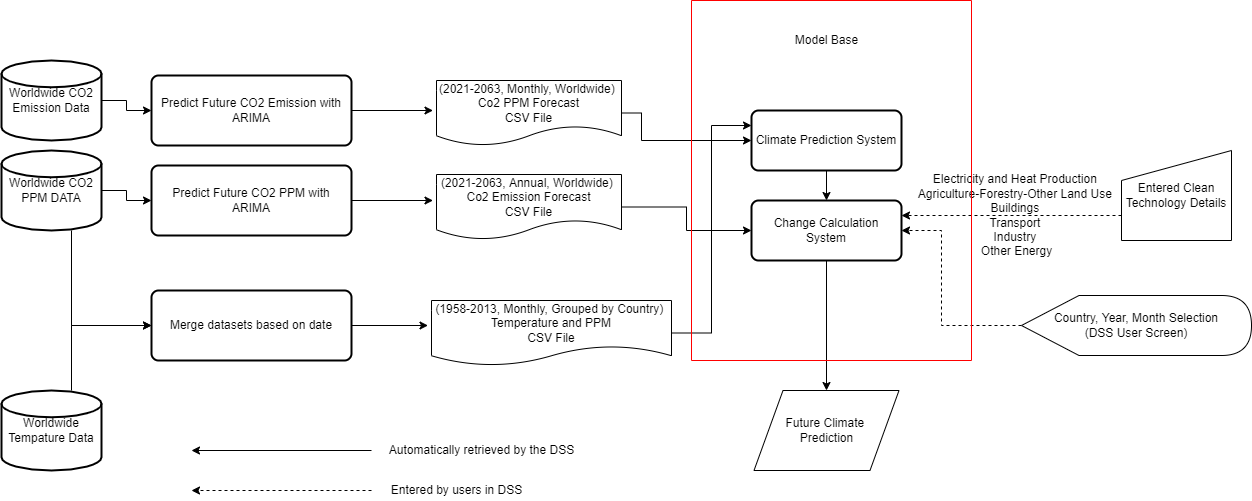
Above: global-warning-dss.png in cagdasdemirer/climate-change (draw.io), before the change. Source tidied: cells renumbered, new cells last; positions are measured from the earlier drawing's top-left corner, leaving out a move shared by most shapes.
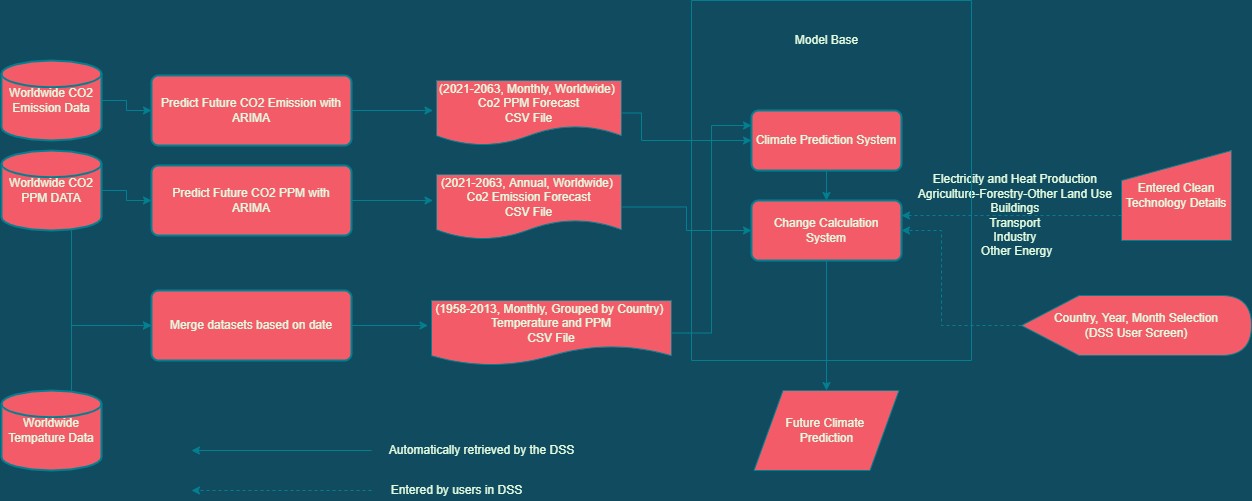
The same diagram one commit later.

What changed in the source:
```diff
@@ -1,64 +1,64 @@
-<mxGraphModel>
+<mxGraphModel background="#114B5F">
   <root>
     <mxCell id="0" />
     <mxCell id="1" parent="0" />
-    <mxCell id="2" style="edgeStyle=orthogonalEdgeStyle;rounded=0;jettySize=auto;html=1;" parent="1" edge="1" source="3" target="8">
+    <mxCell id="2" style="edgeStyle=orthogonalEdgeStyle;rounded=0;jettySize=auto;html=1;labelBackgroundColor=#114B5F;strokeColor=#028090;fontColor=#E4FDE1;" parent="1" edge="1" source="3" target="8">
       <mxGeometry relative="1" as="geometry" />
     </mxCell>
-    <mxCell id="3" value="Worldwide CO2&lt;br&gt;Emission Data" style="strokeWidth=2;html=1;shape=mxgraph.flowchart.database;whiteSpace=wrap;" parent="1" vertex="1">
+    <mxCell id="3" value="Worldwide CO2&lt;br&gt;Emission Data" style="strokeWidth=2;html=1;shape=mxgraph.flowchart.database;whiteSpace=wrap;fillColor=#F45B69;strokeColor=#028090;fontColor=#E4FDE1;" parent="1" vertex="1">
       <mxGeometry y="60" width="100" height="80" as="geometry" />
     </mxCell>
-    <mxCell id="4" style="edgeStyle=orthogonalEdgeStyle;rounded=0;jettySize=auto;html=1;exitX=1;exitY=0.5;exitDx=0;exitDy=0;exitPerimeter=0;" parent="1" edge="1" source="6" target="10">
+    <mxCell id="4" style="edgeStyle=orthogonalEdgeStyle;rounded=0;jettySize=auto;html=1;exitX=1;exitY=0.5;exitDx=0;exitDy=0;exitPerimeter=0;labelBackgroundColor=#114B5F;strokeColor=#028090;fontColor=#E4FDE1;" parent="1" edge="1" source="6" target="10">
       <mxGeometry relative="1" as="geometry" />
     </mxCell>
-    <mxCell id="5" style="edgeStyle=orthogonalEdgeStyle;rounded=0;jettySize=auto;html=1;entryX=0;entryY=0.5;entryDx=0;entryDy=0;" parent="1" edge="1" source="6" target="13">
+    <mxCell id="5" style="edgeStyle=orthogonalEdgeStyle;rounded=0;jettySize=auto;html=1;entryX=0;entryY=0.5;entryDx=0;entryDy=0;labelBackgroundColor=#114B5F;strokeColor=#028090;fontColor=#E4FDE1;" parent="1" edge="1" source="6" target="13">
       <mxGeometry relative="1" as="geometry">
         <Array as="points">
           <mxPoint x="70" y="325" />
         </Array>
       </mxGeometry>
     </mxCell>
-    <mxCell id="6" value="Worldwide CO2&lt;br&gt;PPM DATA" style="strokeWidth=2;html=1;shape=mxgraph.flowchart.database;whiteSpace=wrap;" parent="1" vertex="1">
+    <mxCell id="6" value="Worldwide CO2&lt;br&gt;PPM DATA" style="strokeWidth=2;html=1;shape=mxgraph.flowchart.database;whiteSpace=wrap;fillColor=#F45B69;strokeColor=#028090;fontColor=#E4FDE1;" parent="1" vertex="1">
       <mxGeometry y="150" width="100" height="80" as="geometry" />
     </mxCell>
-    <mxCell id="7" style="edgeStyle=orthogonalEdgeStyle;rounded=0;jettySize=auto;html=1;entryX=0;entryY=0.5;entryDx=0;entryDy=0;" parent="1" edge="1" source="8">
+    <mxCell id="7" style="edgeStyle=orthogonalEdgeStyle;rounded=0;jettySize=auto;html=1;entryX=0;entryY=0.5;entryDx=0;entryDy=0;labelBackgroundColor=#114B5F;strokeColor=#028090;fontColor=#E4FDE1;" parent="1" edge="1" source="8">
       <mxGeometry relative="1" as="geometry">
         <mxPoint x="431.5" y="110" as="targetPoint" />
       </mxGeometry>
     </mxCell>
-    <mxCell id="8" value="Predict Future CO2 Emission with ARIMA" style="rounded=1;whiteSpace=wrap;html=1;absoluteArcSize=1;arcSize=14;strokeWidth=2;" parent="1" vertex="1">
+    <mxCell id="8" value="Predict Future CO2 Emission with ARIMA" style="rounded=1;whiteSpace=wrap;html=1;absoluteArcSize=1;arcSize=14;strokeWidth=2;fillColor=#F45B69;strokeColor=#028090;fontColor=#E4FDE1;" parent="1" vertex="1">
       <mxGeometry x="150" y="75" width="200" height="70" as="geometry" />
     </mxCell>
-    <mxCell id="9" style="edgeStyle=orthogonalEdgeStyle;rounded=0;jettySize=auto;html=1;" parent="1" edge="1" source="10">
+    <mxCell id="9" style="edgeStyle=orthogonalEdgeStyle;rounded=0;jettySize=auto;html=1;labelBackgroundColor=#114B5F;strokeColor=#028090;fontColor=#E4FDE1;" parent="1" edge="1" source="10">
       <mxGeometry relative="1" as="geometry">
         <mxPoint x="431.5" y="200" as="targetPoint" />
       </mxGeometry>
     </mxCell>
-    <mxCell id="10" value="Predict Future CO2 PPM with ARIMA" style="rounded=1;whiteSpace=wrap;html=1;absoluteArcSize=1;arcSize=14;strokeWidth=2;" parent="1" vertex="1">
+    <mxCell id="10" value="Predict Future CO2 PPM with ARIMA" style="rounded=1;whiteSpace=wrap;html=1;absoluteArcSize=1;arcSize=14;strokeWidth=2;fillColor=#F45B69;strokeColor=#028090;fontColor=#E4FDE1;" parent="1" vertex="1">
       <mxGeometry x="150" y="165" width="200" height="70" as="geometry" />
     </mxCell>
-    <mxCell id="11" value="Future Climate&amp;nbsp;&lt;br&gt;Prediction" style="shape=parallelogram;perimeter=parallelogramPerimeter;whiteSpace=wrap;html=1;dashed=0;" parent="1" vertex="1">
+    <mxCell id="11" value="Future Climate&amp;nbsp;&lt;br&gt;Prediction" style="shape=parallelogram;perimeter=parallelogramPerimeter;whiteSpace=wrap;html=1;dashed=0;fillColor=#F45B69;strokeColor=#028090;fontColor=#E4FDE1;" parent="1" vertex="1">
       <mxGeometry x="752.5" y="390" width="145" height="80" as="geometry" />
     </mxCell>
-    <mxCell id="12" style="edgeStyle=orthogonalEdgeStyle;rounded=0;jettySize=auto;html=1;exitX=1;exitY=0.5;exitDx=0;exitDy=0;" parent="1" edge="1" source="13">
+    <mxCell id="12" style="edgeStyle=orthogonalEdgeStyle;rounded=0;jettySize=auto;html=1;exitX=1;exitY=0.5;exitDx=0;exitDy=0;labelBackgroundColor=#114B5F;strokeColor=#028090;fontColor=#E4FDE1;" parent="1" edge="1" source="13">
       <mxGeometry relative="1" as="geometry">
         <mxPoint x="426.5" y="325" as="targetPoint" />
       </mxGeometry>
     </mxCell>
-    <mxCell id="13" value="Merge datasets based on date" style="rounded=1;whiteSpace=wrap;html=1;absoluteArcSize=1;arcSize=14;strokeWidth=2;" parent="1" vertex="1">
+    <mxCell id="13" value="Merge datasets based on date" style="rounded=1;whiteSpace=wrap;html=1;absoluteArcSize=1;arcSize=14;strokeWidth=2;fillColor=#F45B69;strokeColor=#028090;fontColor=#E4FDE1;" parent="1" vertex="1">
       <mxGeometry x="150" y="290" width="200" height="70" as="geometry" />
     </mxCell>
-    <mxCell id="14" style="edgeStyle=orthogonalEdgeStyle;rounded=0;jettySize=auto;html=1;entryX=0;entryY=0.5;entryDx=0;entryDy=0;" parent="1" edge="1" source="15" target="13">
+    <mxCell id="14" style="edgeStyle=orthogonalEdgeStyle;rounded=0;jettySize=auto;html=1;entryX=0;entryY=0.5;entryDx=0;entryDy=0;labelBackgroundColor=#114B5F;strokeColor=#028090;fontColor=#E4FDE1;" parent="1" edge="1" source="15" target="13">
       <mxGeometry relative="1" as="geometry">
         <Array as="points">
           <mxPoint x="70" y="325" />
         </Array>
       </mxGeometry>
     </mxCell>
-    <mxCell id="15" value="Worldwide Tempature Data" style="strokeWidth=2;html=1;shape=mxgraph.flowchart.database;whiteSpace=wrap;" parent="1" vertex="1">
+    <mxCell id="15" value="Worldwide Tempature Data" style="strokeWidth=2;html=1;shape=mxgraph.flowchart.database;whiteSpace=wrap;fillColor=#F45B69;strokeColor=#028090;fontColor=#E4FDE1;" parent="1" vertex="1">
       <mxGeometry y="390" width="100" height="80" as="geometry" />
     </mxCell>
-    <mxCell id="16" style="edgeStyle=orthogonalEdgeStyle;rounded=0;jettySize=auto;html=1;entryX=1;entryY=0.25;entryDx=0;entryDy=0;dashed=1;" parent="1" edge="1" source="17" target="29">
+    <mxCell id="16" style="edgeStyle=orthogonalEdgeStyle;rounded=0;jettySize=auto;html=1;entryX=1;entryY=0.25;entryDx=0;entryDy=0;dashed=1;labelBackgroundColor=#114B5F;strokeColor=#028090;fontColor=#E4FDE1;" parent="1" edge="1" source="17" target="29">
       <mxGeometry relative="1" as="geometry">
         <Array as="points">
           <mxPoint x="1050" y="215" />
@@ -66,10 +66,10 @@
         </Array>
       </mxGeometry>
     </mxCell>
-    <mxCell id="17" value="Entered Clean Technology Details" style="shape=manualInput;whiteSpace=wrap;html=1;" parent="1" vertex="1">
+    <mxCell id="17" value="Entered Clean Technology Details" style="shape=manualInput;whiteSpace=wrap;html=1;fillColor=#F45B69;strokeColor=#028090;fontColor=#E4FDE1;" parent="1" vertex="1">
       <mxGeometry x="1120" y="150" width="110" height="90" as="geometry" />
     </mxCell>
-    <mxCell id="18" style="edgeStyle=orthogonalEdgeStyle;rounded=0;jettySize=auto;html=1;exitX=0;exitY=0.5;exitDx=0;exitDy=0;exitPerimeter=0;dashed=1;" parent="1" edge="1" source="19" target="29">
+    <mxCell id="18" style="edgeStyle=orthogonalEdgeStyle;rounded=0;jettySize=auto;html=1;exitX=0;exitY=0.5;exitDx=0;exitDy=0;exitPerimeter=0;dashed=1;labelBackgroundColor=#114B5F;strokeColor=#028090;fontColor=#E4FDE1;" parent="1" edge="1" source="19" target="29">
       <mxGeometry relative="1" as="geometry">
         <Array as="points">
           <mxPoint x="940" y="325" />
@@ -77,10 +77,10 @@
         </Array>
       </mxGeometry>
     </mxCell>
-    <mxCell id="19" value="Country, Year, Month Selection&lt;br&gt;(DSS User Screen)" style="shape=display;whiteSpace=wrap;html=1;" parent="1" vertex="1">
+    <mxCell id="19" value="Country, Year, Month Selection&lt;br&gt;(DSS User Screen)" style="shape=display;whiteSpace=wrap;html=1;fillColor=#F45B69;strokeColor=#028090;fontColor=#E4FDE1;" parent="1" vertex="1">
       <mxGeometry x="1020" y="295" width="230" height="60" as="geometry" />
     </mxCell>
-    <mxCell id="20" style="edgeStyle=orthogonalEdgeStyle;rounded=0;jettySize=auto;html=1;exitX=1;exitY=0.5;exitDx=0;exitDy=0;entryX=0;entryY=0.5;entryDx=0;entryDy=0;" parent="1" edge="1" source="21" target="27">
+    <mxCell id="20" style="edgeStyle=orthogonalEdgeStyle;rounded=0;jettySize=auto;html=1;exitX=1;exitY=0.5;exitDx=0;exitDy=0;entryX=0;entryY=0.5;entryDx=0;entryDy=0;labelBackgroundColor=#114B5F;strokeColor=#028090;fontColor=#E4FDE1;" parent="1" edge="1" source="21" target="27">
       <mxGeometry relative="1" as="geometry">
         <Array as="points">
           <mxPoint x="640" y="113" />
@@ -88,79 +88,79 @@
         </Array>
       </mxGeometry>
     </mxCell>
-    <mxCell id="21" value="(2021-2063, Monthly, Worldwide) &lt;br&gt;Co2 PPM Forecast&lt;br&gt;CSV File" style="shape=document;whiteSpace=wrap;html=1;boundedLbl=1;" parent="1" vertex="1">
+    <mxCell id="21" value="(2021-2063, Monthly, Worldwide) &lt;br&gt;Co2 PPM Forecast&lt;br&gt;CSV File" style="shape=document;whiteSpace=wrap;html=1;boundedLbl=1;fillColor=#F45B69;strokeColor=#028090;fontColor=#E4FDE1;" parent="1" vertex="1">
       <mxGeometry x="435" y="80" width="185" height="65" as="geometry" />
     </mxCell>
-    <mxCell id="22" style="edgeStyle=orthogonalEdgeStyle;rounded=0;jettySize=auto;html=1;" parent="1" edge="1" source="23" target="29">
+    <mxCell id="22" style="edgeStyle=orthogonalEdgeStyle;rounded=0;jettySize=auto;html=1;labelBackgroundColor=#114B5F;strokeColor=#028090;fontColor=#E4FDE1;" parent="1" edge="1" source="23" target="29">
       <mxGeometry relative="1" as="geometry" />
     </mxCell>
-    <mxCell id="23" value="(2021-2063, Annual, Worldwide) &lt;br&gt;Co2 Emission Forecast&lt;br&gt;CSV File" style="shape=document;whiteSpace=wrap;html=1;boundedLbl=1;" parent="1" vertex="1">
+    <mxCell id="23" value="(2021-2063, Annual, Worldwide) &lt;br&gt;Co2 Emission Forecast&lt;br&gt;CSV File" style="shape=document;whiteSpace=wrap;html=1;boundedLbl=1;fillColor=#F45B69;strokeColor=#028090;fontColor=#E4FDE1;" parent="1" vertex="1">
       <mxGeometry x="435" y="174" width="185" height="65" as="geometry" />
     </mxCell>
-    <mxCell id="24" style="edgeStyle=orthogonalEdgeStyle;rounded=0;jettySize=auto;html=1;exitX=1;exitY=0.5;exitDx=0;exitDy=0;entryX=0;entryY=0.25;entryDx=0;entryDy=0;" parent="1" edge="1" source="25" target="27">
+    <mxCell id="24" style="edgeStyle=orthogonalEdgeStyle;rounded=0;jettySize=auto;html=1;exitX=1;exitY=0.5;exitDx=0;exitDy=0;entryX=0;entryY=0.25;entryDx=0;entryDy=0;labelBackgroundColor=#114B5F;strokeColor=#028090;fontColor=#E4FDE1;" parent="1" edge="1" source="25" target="27">
       <mxGeometry relative="1" as="geometry" />
     </mxCell>
-    <mxCell id="25" value="(1958-2013, Monthly, Grouped by Country) &lt;br&gt;Temperature and PPM&lt;br&gt;CSV File" style="shape=document;whiteSpace=wrap;html=1;boundedLbl=1;" parent="1" vertex="1">
+    <mxCell id="25" value="(1958-2013, Monthly, Grouped by Country) &lt;br&gt;Temperature and PPM&lt;br&gt;CSV File" style="shape=document;whiteSpace=wrap;html=1;boundedLbl=1;fillColor=#F45B69;strokeColor=#028090;fontColor=#E4FDE1;" parent="1" vertex="1">
       <mxGeometry x="430" y="300" width="240" height="65" as="geometry" />
     </mxCell>
-    <mxCell id="26" style="edgeStyle=orthogonalEdgeStyle;rounded=0;jettySize=auto;html=1;entryX=0.5;entryY=0;entryDx=0;entryDy=0;" parent="1" edge="1" source="27" target="29">
+    <mxCell id="26" style="edgeStyle=orthogonalEdgeStyle;rounded=0;jettySize=auto;html=1;entryX=0.5;entryY=0;entryDx=0;entryDy=0;labelBackgroundColor=#114B5F;strokeColor=#028090;fontColor=#E4FDE1;" parent="1" edge="1" source="27" target="29">
       <mxGeometry relative="1" as="geometry" />
     </mxCell>
-    <mxCell id="27" value="Climate Prediction System" style="rounded=1;whiteSpace=wrap;html=1;absoluteArcSize=1;arcSize=14;strokeWidth=2;" parent="1" vertex="1">
+    <mxCell id="27" value="Climate Prediction System" style="rounded=1;whiteSpace=wrap;html=1;absoluteArcSize=1;arcSize=14;strokeWidth=2;fillColor=#F45B69;strokeColor=#028090;fontColor=#E4FDE1;" parent="1" vertex="1">
       <mxGeometry x="750" y="110" width="150" height="60" as="geometry" />
     </mxCell>
-    <mxCell id="28" style="edgeStyle=orthogonalEdgeStyle;rounded=0;jettySize=auto;html=1;" parent="1" edge="1" source="29" target="11">
+    <mxCell id="28" style="edgeStyle=orthogonalEdgeStyle;rounded=0;jettySize=auto;html=1;labelBackgroundColor=#114B5F;strokeColor=#028090;fontColor=#E4FDE1;" parent="1" edge="1" source="29" target="11">
       <mxGeometry relative="1" as="geometry" />
     </mxCell>
-    <mxCell id="29" value="Change Calculation System" style="rounded=1;whiteSpace=wrap;html=1;absoluteArcSize=1;arcSize=14;strokeWidth=2;" parent="1" vertex="1">
+    <mxCell id="29" value="Change Calculation System" style="rounded=1;whiteSpace=wrap;html=1;absoluteArcSize=1;arcSize=14;strokeWidth=2;fillColor=#F45B69;strokeColor=#028090;fontColor=#E4FDE1;" parent="1" vertex="1">
       <mxGeometry x="750" y="200" width="150" height="60" as="geometry" />
     </mxCell>
-    <mxCell id="30" value="Electricity and Heat Production&amp;nbsp;&lt;br&gt;Agriculture-Forestry-Other Land Use&amp;nbsp;&lt;br&gt;Buildings&amp;nbsp;&lt;br&gt;Transport&amp;nbsp;&lt;br&gt;Industry&amp;nbsp;&lt;br&gt;Other Energy" style="text;html=1;align=center;verticalAlign=middle;strokeColor=none;" parent="1" vertex="1">
+    <mxCell id="30" value="Electricity and Heat Production&amp;nbsp;&lt;br&gt;Agriculture-Forestry-Other Land Use&amp;nbsp;&lt;br&gt;Buildings&amp;nbsp;&lt;br&gt;Transport&amp;nbsp;&lt;br&gt;Industry&amp;nbsp;&lt;br&gt;Other Energy" style="text;html=1;align=center;verticalAlign=middle;strokeColor=none;fontColor=#E4FDE1;" parent="1" vertex="1">
       <mxGeometry x="910" y="170" width="210" height="90" as="geometry" />
     </mxCell>
-    <mxCell id="31" style="endArrow=none;html=1;strokeColor=#FF0000;" parent="1" edge="1">
+    <mxCell id="31" style="endArrow=none;html=1;strokeColor=#028090;labelBackgroundColor=#114B5F;fontColor=#E4FDE1;" parent="1" edge="1">
       <mxGeometry relative="1" as="geometry">
         <mxPoint x="690" as="sourcePoint" />
         <mxPoint x="970" as="targetPoint" />
       </mxGeometry>
     </mxCell>
-    <mxCell id="32" style="endArrow=none;html=1;strokeColor=#FF0000;" parent="1" edge="1">
+    <mxCell id="32" style="endArrow=none;html=1;strokeColor=#028090;labelBackgroundColor=#114B5F;fontColor=#E4FDE1;" parent="1" edge="1">
       <mxGeometry relative="1" as="geometry">
         <mxPoint x="690" as="sourcePoint" />
         <mxPoint x="690" y="360" as="targetPoint" />
       </mxGeometry>
     </mxCell>
-    <mxCell id="33" style="endArrow=none;html=1;strokeColor=#FF0000;" parent="1" edge="1">
+    <mxCell id="33" style="endArrow=none;html=1;strokeColor=#028090;labelBackgroundColor=#114B5F;fontColor=#E4FDE1;" parent="1" edge="1">
       <mxGeometry relative="1" as="geometry">
         <mxPoint x="690" y="360" as="sourcePoint" />
         <mxPoint x="970" y="360" as="targetPoint" />
       </mxGeometry>
     </mxCell>
-    <mxCell id="34" style="endArrow=none;html=1;strokeColor=#FF0000;" parent="1" edge="1">
+    <mxCell id="34" style="endArrow=none;html=1;strokeColor=#028090;labelBackgroundColor=#114B5F;fontColor=#E4FDE1;" parent="1" edge="1">
       <mxGeometry relative="1" as="geometry">
         <mxPoint x="970" y="360" as="sourcePoint" />
         <mxPoint x="970" as="targetPoint" />
       </mxGeometry>
     </mxCell>
-    <mxCell id="35" value="Model Base" style="text;html=1;align=center;verticalAlign=middle;strokeColor=none;" parent="1" vertex="1">
+    <mxCell id="35" value="Model Base" style="text;html=1;align=center;verticalAlign=middle;strokeColor=none;fontColor=#E4FDE1;" parent="1" vertex="1">
       <mxGeometry x="785" y="30" width="80" height="20" as="geometry" />
     </mxCell>
-    <mxCell id="36" style="endArrow=classic;html=1;" parent="1" edge="1">
+    <mxCell id="36" style="endArrow=classic;html=1;labelBackgroundColor=#114B5F;strokeColor=#028090;fontColor=#E4FDE1;" parent="1" edge="1">
       <mxGeometry relative="1" as="geometry">
         <mxPoint x="370" y="450" as="sourcePoint" />
         <mxPoint x="190" y="450" as="targetPoint" />
       </mxGeometry>
     </mxCell>
-    <mxCell id="37" style="endArrow=classic;html=1;dashed=1;" parent="1" edge="1">
+    <mxCell id="37" style="endArrow=classic;html=1;dashed=1;labelBackgroundColor=#114B5F;strokeColor=#028090;fontColor=#E4FDE1;" parent="1" edge="1">
       <mxGeometry relative="1" as="geometry">
         <mxPoint x="370" y="490" as="sourcePoint" />
         <mxPoint x="190" y="490" as="targetPoint" />
       </mxGeometry>
     </mxCell>
-    <mxCell id="38" value="Entered by users in DSS" style="text;html=1;align=center;verticalAlign=middle;strokeColor=none;" parent="1" vertex="1">
+    <mxCell id="38" value="Entered by users in DSS" style="text;html=1;align=center;verticalAlign=middle;strokeColor=none;fontColor=#E4FDE1;" parent="1" vertex="1">
       <mxGeometry x="380" y="480" width="150" height="20" as="geometry" />
     </mxCell>
-    <mxCell id="39" value="Automatically retrieved by the DSS" style="text;html=1;align=center;verticalAlign=middle;strokeColor=none;" parent="1" vertex="1">
+    <mxCell id="39" value="Automatically retrieved by the DSS" style="text;html=1;align=center;verticalAlign=middle;strokeColor=none;fontColor=#E4FDE1;" parent="1" vertex="1">
       <mxGeometry x="380" y="440" width="200" height="20" as="geometry" />
     </mxCell>
   </root>
```
